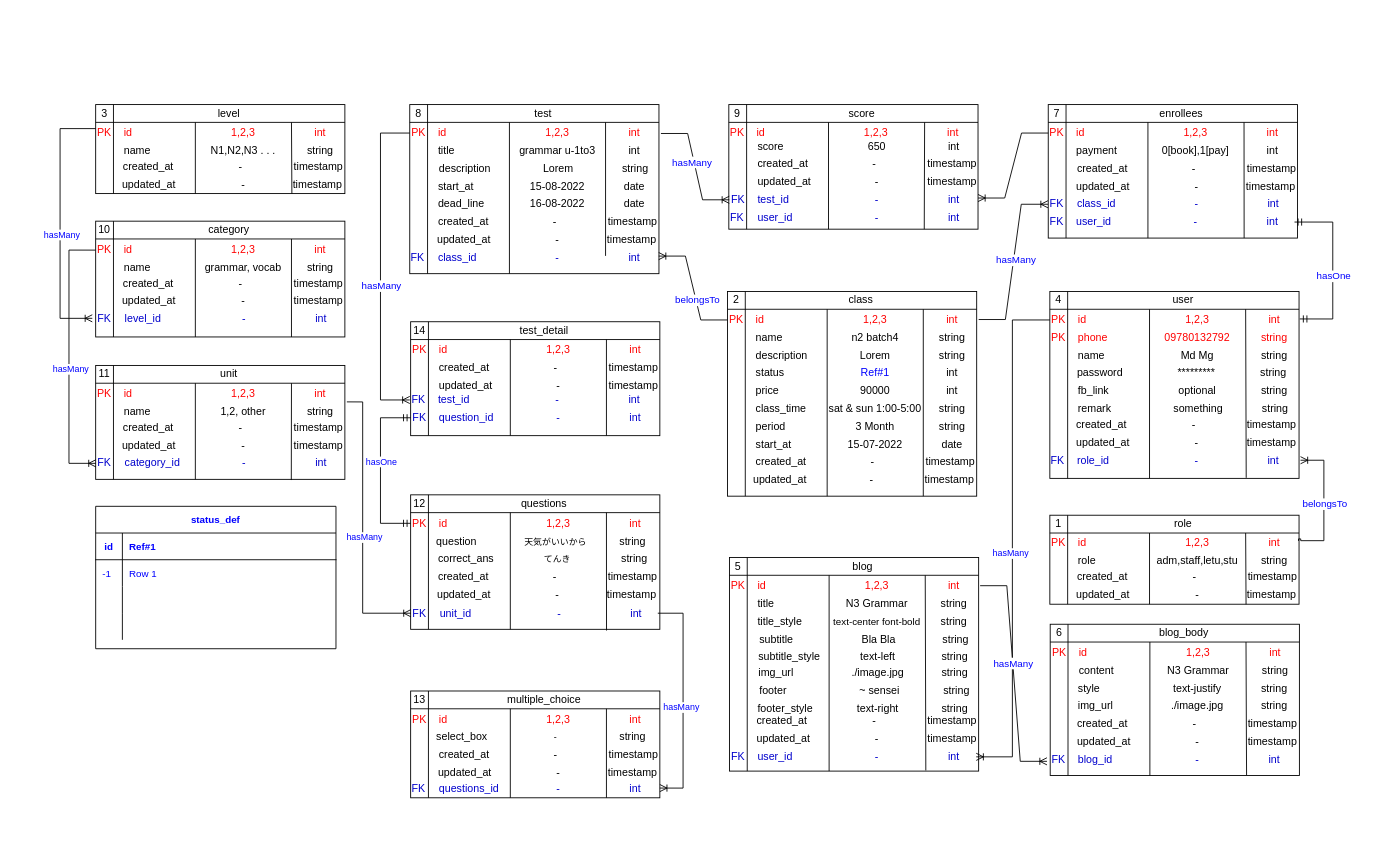
Earlier version of the draw.io diagram language_center.drawio (arkarMannAung/app.diagrams.net). Source tidied: cells renumbered, new cells numbered last; positions are measured from the earlier drawing's top-left corner, leaving out a move shared by most shapes. Both pictures are drawn from the tidied source at 89%, with x=0, y=0 at pixel (60, 104).
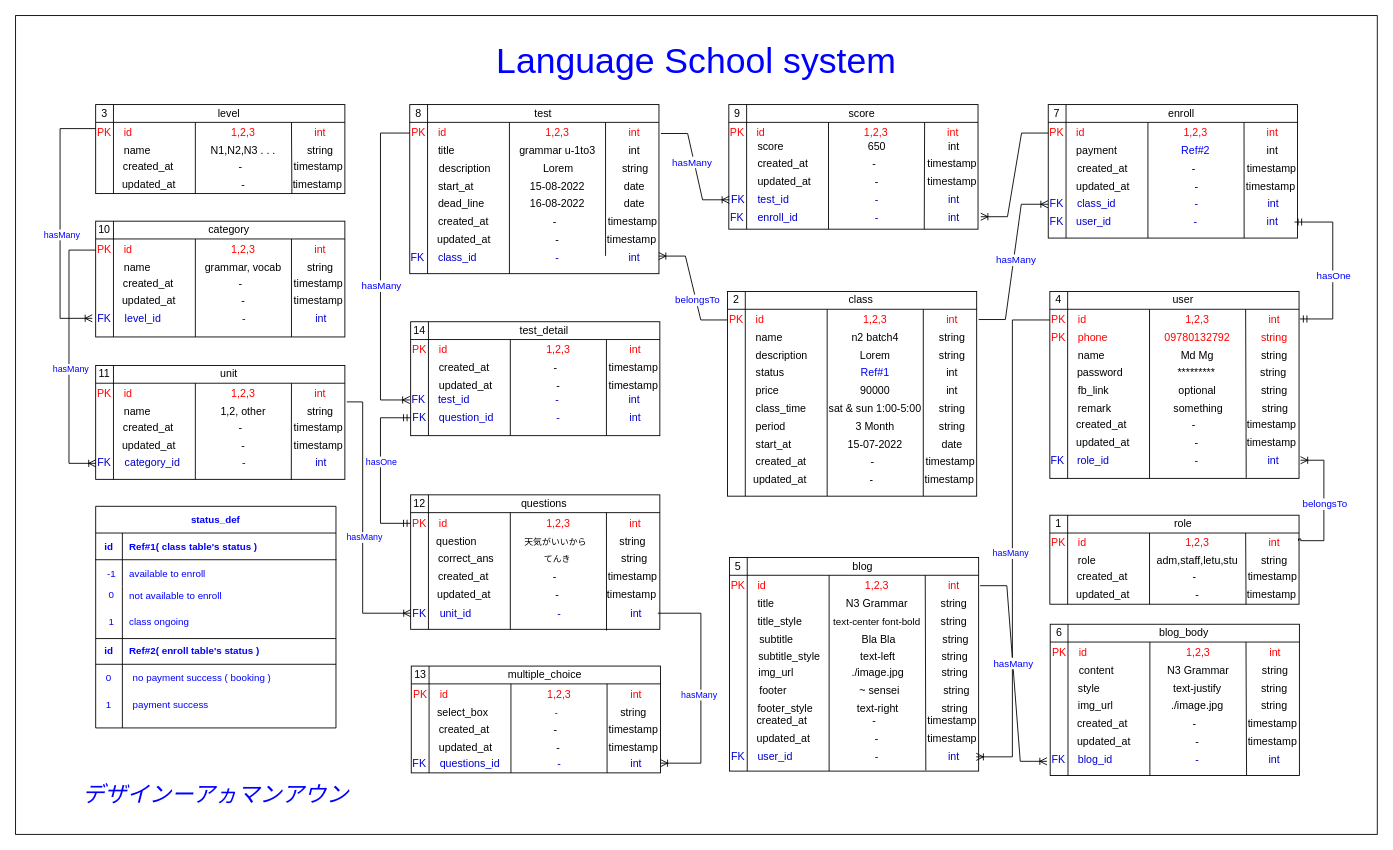
The same diagram, later.

Unchanged cells that the change refers to:
```xml
<mxCell id="43" value="PK" style="text;html=1;strokeColor=none;fillColor=none;align=center;verticalAlign=middle;whiteSpace=wrap;rounded=0;fontColor=#FF0000;" parent="1" vertex="1">
  <mxGeometry x="1110.3" y="22" width="20" height="20" as="geometry" />
</mxCell>
<mxCell id="156" style="shape=internalStorage;whiteSpace=wrap;html=1;backgroundOutline=1;" parent="1" vertex="1">
  <mxGeometry x="751.4" width="280" height="140" as="geometry" />
</mxCell>
<mxCell id="235" value="int" style="text;html=1;strokeColor=none;fillColor=none;align=center;verticalAlign=middle;whiteSpace=wrap;rounded=0;fontColor=#0000CC;" parent="1" vertex="1">
  <mxGeometry x="622.6" y="561.5" width="49" height="20" as="geometry" />
</mxCell>
<mxCell id="407" style="shape=tableRow;horizontal=0;startSize=0;swimlaneHead=0;swimlaneBody=0;fillColor=none;top=0;left=0;right=0;bottom=1;fontSize=11;fontColor=#0000FF;" parent="406" vertex="1">
  <mxGeometry y="30" width="270" height="30" as="geometry" />
</mxCell>
<mxCell id="410" style="shape=tableRow;horizontal=0;startSize=0;swimlaneHead=0;swimlaneBody=0;fillColor=none;top=0;left=0;right=0;bottom=0;fontSize=11;fontColor=#0000FF;" parent="406" vertex="1">
  <mxGeometry y="60" width="270" height="30" as="geometry" />
</mxCell>
```

What changed in the source:
```diff
@@
+    <mxCell id="420" style="rounded=0;whiteSpace=wrap;html=1;fontSize=11;fontColor=#0000FF;" parent="1" vertex="1">
+      <mxGeometry x="-50" y="-100" width="1530" height="920" as="geometry" />
+    </mxCell>
@@
-    <mxCell id="42" value="enrollees" style="text;html=1;strokeColor=none;fillColor=none;align=center;verticalAlign=middle;whiteSpace=wrap;rounded=0;" parent="1" vertex="1">
+    <mxCell id="42" value="enroll" style="text;html=1;strokeColor=none;fillColor=none;align=center;verticalAlign=middle;whiteSpace=wrap;rounded=0;" parent="1" vertex="1">
       <mxGeometry x="1130.3" width="260" height="20" as="geometry" />
     </mxCell>
@@
-    <mxCell id="48" value="0[book],1[pay]" style="text;html=1;strokeColor=none;fillColor=none;align=center;verticalAlign=middle;whiteSpace=wrap;rounded=0;fontColor=#000000;" parent="1" vertex="1">
+    <mxCell id="48" value="&lt;font color=&quot;#0000FF&quot;&gt;Ref#2&lt;/font&gt;" style="text;html=1;strokeColor=none;fillColor=none;align=center;verticalAlign=middle;whiteSpace=wrap;rounded=0;fontColor=#000000;" parent="1" vertex="1">
       <mxGeometry x="1226.3" y="42" width="100" height="20" as="geometry" />
     </mxCell>
@@
-    <mxCell id="178" value="user_id" style="text;html=1;strokeColor=none;fillColor=none;align=left;verticalAlign=middle;whiteSpace=wrap;rounded=0;fontColor=#0000CC;" parent="1" vertex="1">
+    <mxCell id="178" value="enroll_id" style="text;html=1;strokeColor=none;fillColor=none;align=left;verticalAlign=middle;whiteSpace=wrap;rounded=0;fontColor=#0000CC;" parent="1" vertex="1">
       <mxGeometry x="781.9" y="117" width="90" height="20" as="geometry" />
     </mxCell>
@@
-    <mxCell id="184" style="edgeStyle=entityRelationEdgeStyle;fontSize=12;html=1;endArrow=ERoneToMany;rounded=0;fontColor=#0000FF;exitX=0;exitY=0.5;exitDx=0;exitDy=0;entryX=1;entryY=0.75;entryDx=0;entryDy=0;" parent="1" edge="1" source="43" target="156">
+    <mxCell id="184" style="edgeStyle=entityRelationEdgeStyle;fontSize=12;html=1;endArrow=ERoneToMany;rounded=0;fontColor=#0000FF;exitX=0;exitY=0.5;exitDx=0;exitDy=0;entryX=1.011;entryY=0.9;entryDx=0;entryDy=0;entryPerimeter=0;" parent="1" edge="1" source="43" target="156">
       <mxGeometry relative="1" as="geometry" />
     </mxCell>
@@
     <mxCell id="246" style="shape=internalStorage;whiteSpace=wrap;html=1;backgroundOutline=1;" parent="1" vertex="1">
-      <mxGeometry x="393.9" y="658.9" width="280" height="120" as="geometry" />
+      <mxGeometry x="394.6" y="630.9" width="280" height="120" as="geometry" />
     </mxCell>
     <mxCell id="247" value="13" style="text;html=1;strokeColor=none;fillColor=none;align=center;verticalAlign=middle;whiteSpace=wrap;rounded=0;" parent="1" vertex="1">
-      <mxGeometry x="393.9" y="658.9" width="20" height="20" as="geometry" />
+      <mxGeometry x="394.6" y="630.9" width="20" height="20" as="geometry" />
     </mxCell>
     <mxCell id="248" value="multiple_choice" style="text;html=1;strokeColor=none;fillColor=none;align=center;verticalAlign=middle;whiteSpace=wrap;rounded=0;" parent="1" vertex="1">
-      <mxGeometry x="413.9" y="658.9" width="260" height="20" as="geometry" />
+      <mxGeometry x="414.6" y="630.9" width="260" height="20" as="geometry" />
     </mxCell>
     <mxCell id="249" value="PK" style="text;html=1;strokeColor=none;fillColor=none;align=center;verticalAlign=middle;whiteSpace=wrap;rounded=0;fontColor=#FF0000;" parent="1" vertex="1">
-      <mxGeometry x="393.9" y="680.9" width="20" height="20" as="geometry" />
+      <mxGeometry x="394.6" y="652.9" width="20" height="20" as="geometry" />
     </mxCell>
     <mxCell id="250" value="id" style="text;html=1;strokeColor=none;fillColor=none;align=left;verticalAlign=middle;whiteSpace=wrap;rounded=0;fontColor=#FF0000;" parent="1" vertex="1">
-      <mxGeometry x="423.9" y="680.9" width="90" height="20" as="geometry" />
+      <mxGeometry x="424.6" y="652.9" width="90" height="20" as="geometry" />
     </mxCell>
     <mxCell id="251" value="1,2,3" style="text;html=1;strokeColor=none;fillColor=none;align=center;verticalAlign=middle;whiteSpace=wrap;rounded=0;fontColor=#FF0000;" parent="1" vertex="1">
-      <mxGeometry x="509.9" y="680.9" width="100" height="20" as="geometry" />
+      <mxGeometry x="510.6" y="652.9" width="100" height="20" as="geometry" />
     </mxCell>
     <mxCell id="252" style="endArrow=none;html=1;rounded=0;fontColor=#3333FF;" parent="1" edge="1">
       <mxGeometry relative="1" as="geometry">
-        <mxPoint x="613.9" y="778.9" as="sourcePoint" />
-        <mxPoint x="613.9" y="678.9" as="targetPoint" />
+        <mxPoint x="614.6" y="750.9" as="sourcePoint" />
+        <mxPoint x="614.6" y="650.9" as="targetPoint" />
       </mxGeometry>
     </mxCell>
     <mxCell id="253" value="int" style="text;html=1;strokeColor=none;fillColor=none;align=center;verticalAlign=middle;whiteSpace=wrap;rounded=0;fontColor=#FF0000;" parent="1" vertex="1">
-      <mxGeometry x="621.9" y="680.9" width="49" height="20" as="geometry" />
+      <mxGeometry x="622.6" y="652.9" width="49" height="20" as="geometry" />
     </mxCell>
     <mxCell id="254" style="endArrow=none;html=1;rounded=0;fontColor=#3333FF;exitX=0.4;exitY=1;exitDx=0;exitDy=0;exitPerimeter=0;" parent="1" edge="1" source="246">
       <mxGeometry relative="1" as="geometry">
-        <mxPoint x="505.9" y="678.9" as="targetPoint" />
+        <mxPoint x="506.6" y="650.9" as="targetPoint" />
       </mxGeometry>
     </mxCell>
     <mxCell id="255" value="created_at" style="text;html=1;strokeColor=none;fillColor=none;align=left;verticalAlign=middle;whiteSpace=wrap;rounded=0;fontColor=#000000;" parent="1" vertex="1">
-      <mxGeometry x="423.6" y="720.9" width="90" height="20" as="geometry" />
+      <mxGeometry x="424.4" y="692.9" width="90" height="20" as="geometry" />
     </mxCell>
     <mxCell id="256" value="-" style="text;html=1;strokeColor=none;fillColor=none;align=center;verticalAlign=middle;whiteSpace=wrap;rounded=0;fontColor=#000000;" parent="1" vertex="1">
-      <mxGeometry x="496.6" y="720.9" width="120" height="20" as="geometry" />
+      <mxGeometry x="497.4" y="692.9" width="120" height="20" as="geometry" />
     </mxCell>
     <mxCell id="257" value="timestamp" style="text;html=1;strokeColor=none;fillColor=none;align=center;verticalAlign=middle;whiteSpace=wrap;rounded=0;fontColor=#000000;" parent="1" vertex="1">
-      <mxGeometry x="619.6" y="720.9" width="49" height="20" as="geometry" />
+      <mxGeometry x="620.4" y="692.9" width="49" height="20" as="geometry" />
     </mxCell>
     <mxCell id="258" value="updated_at" style="text;html=1;strokeColor=none;fillColor=none;align=left;verticalAlign=middle;whiteSpace=wrap;rounded=0;fontColor=#000000;" parent="1" vertex="1">
-      <mxGeometry x="423.1" y="740.9" width="90" height="20" as="geometry" />
+      <mxGeometry x="423.9" y="712.9" width="90" height="20" as="geometry" />
     </mxCell>
     <mxCell id="259" value="-" style="text;html=1;strokeColor=none;fillColor=none;align=center;verticalAlign=middle;whiteSpace=wrap;rounded=0;fontColor=#000000;" parent="1" vertex="1">
-      <mxGeometry x="499.6" y="740.9" width="120" height="20" as="geometry" />
+      <mxGeometry x="500.4" y="712.9" width="120" height="20" as="geometry" />
     </mxCell>
     <mxCell id="260" value="timestamp" style="text;html=1;strokeColor=none;fillColor=none;align=center;verticalAlign=middle;whiteSpace=wrap;rounded=0;fontColor=#000000;" parent="1" vertex="1">
-      <mxGeometry x="619.1" y="740.9" width="49" height="20" as="geometry" />
+      <mxGeometry x="619.9" y="712.9" width="49" height="20" as="geometry" />
     </mxCell>
     <mxCell id="261" value="questions_id" style="text;html=1;strokeColor=none;fillColor=none;align=left;verticalAlign=middle;whiteSpace=wrap;rounded=0;fontColor=#0000CC;" parent="1" vertex="1">
-      <mxGeometry x="423.9" y="758.9" width="90" height="20" as="geometry" />
+      <mxGeometry x="424.6" y="730.9" width="90" height="20" as="geometry" />
     </mxCell>
     <mxCell id="262" value="-" style="text;html=1;strokeColor=none;fillColor=none;align=center;verticalAlign=middle;whiteSpace=wrap;rounded=0;fontColor=#0000CC;" parent="1" vertex="1">
-      <mxGeometry x="509.9" y="758.9" width="100" height="20" as="geometry" />
+      <mxGeometry x="510.6" y="730.9" width="100" height="20" as="geometry" />
     </mxCell>
     <mxCell id="263" value="int" style="text;html=1;strokeColor=none;fillColor=none;align=center;verticalAlign=middle;whiteSpace=wrap;rounded=0;fontColor=#0000CC;" parent="1" vertex="1">
-      <mxGeometry x="621.9" y="758.9" width="49" height="20" as="geometry" />
+      <mxGeometry x="622.6" y="730.9" width="49" height="20" as="geometry" />
     </mxCell>
     <mxCell id="264" value="FK" style="text;html=1;strokeColor=none;fillColor=none;align=center;verticalAlign=middle;whiteSpace=wrap;rounded=0;fontColor=#0000CC;" parent="1" vertex="1">
-      <mxGeometry x="393.4" y="758.9" width="20" height="20" as="geometry" />
+      <mxGeometry x="394.1" y="730.9" width="20" height="20" as="geometry" />
     </mxCell>
     <mxCell id="265" value="select_box" style="text;html=1;strokeColor=none;fillColor=none;align=left;verticalAlign=middle;whiteSpace=wrap;rounded=0;fontColor=#000000;" parent="1" vertex="1">
-      <mxGeometry x="421.1" y="700.9" width="90" height="20" as="geometry" />
+      <mxGeometry x="421.9" y="672.9" width="90" height="20" as="geometry" />
     </mxCell>
     <mxCell id="266" value="-" style="text;html=1;strokeColor=none;fillColor=none;align=center;verticalAlign=middle;whiteSpace=wrap;rounded=0;fontColor=#000000;fontSize=10;" parent="1" vertex="1">
-      <mxGeometry x="507.1" y="700.9" width="100" height="20" as="geometry" />
+      <mxGeometry x="507.9" y="672.9" width="100" height="20" as="geometry" />
     </mxCell>
     <mxCell id="267" value="string" style="text;html=1;strokeColor=none;fillColor=none;align=center;verticalAlign=middle;whiteSpace=wrap;rounded=0;fontColor=#000000;" parent="1" vertex="1">
-      <mxGeometry x="619.1" y="700.9" width="49" height="20" as="geometry" />
+      <mxGeometry x="619.9" y="672.9" width="49" height="20" as="geometry" />
     </mxCell>
     <mxCell id="268" style="edgeStyle=orthogonalEdgeStyle;fontSize=12;html=1;endArrow=ERoneToMany;rounded=0;fontColor=#0000FF;exitX=1;exitY=0.5;exitDx=0;exitDy=0;entryX=1;entryY=0.909;entryDx=0;entryDy=0;entryPerimeter=0;" parent="1" edge="1" source="235" target="246">
       <mxGeometry relative="1" as="geometry">
         <Array as="points">
-          <mxPoint x="700" y="572" />
-          <mxPoint x="700" y="768" />
+          <mxPoint x="720" y="572" />
+          <mxPoint x="720" y="740" />
         </Array>
       </mxGeometry>
     </mxCell>
@@
-    <mxCell id="405" value="&amp;nbsp;" style="text;whiteSpace=wrap;html=1;fontSize=11;fontColor=#0000FF;" parent="1" vertex="1">
-      <mxGeometry x="1250" y="690" width="30" height="30" as="geometry" />
-    </mxCell>
     <mxCell id="406" value="status_def" style="shape=table;startSize=30;childLayout=tableLayout;rowLines=0;fontStyle=1;align=center;fontSize=11;fontColor=#0000FF;" parent="1" vertex="1">
-      <mxGeometry x="40" y="451.4" width="270" height="160" as="geometry" />
+      <mxGeometry x="40" y="451.4" width="270" height="249" as="geometry" />
     </mxCell>
@@
-    <mxCell id="409" value="Ref#1" style="shape=partialRectangle;fillColor=none;top=0;left=0;bottom=0;right=0;align=left;spacingLeft=6;fontStyle=1;overflow=hidden;fontSize=11;fontColor=#0000FF;" parent="407" vertex="1">
+    <mxCell id="409" value="Ref#1( class table's status )" style="shape=partialRectangle;fillColor=none;top=0;left=0;bottom=0;right=0;align=left;spacingLeft=6;fontStyle=1;overflow=hidden;fontSize=11;fontColor=#0000FF;" parent="407" vertex="1">
       <mxGeometry x="30" width="240" height="30" as="geometry" />
     </mxCell>
@@
-    <mxCell id="412" value="Row 1" style="shape=partialRectangle;fillColor=none;top=0;left=0;bottom=0;right=0;align=left;spacingLeft=6;overflow=hidden;fontSize=11;fontColor=#0000FF;" parent="410" vertex="1">
+    <mxCell id="412" value="available to enroll" style="shape=partialRectangle;fillColor=none;top=0;left=0;bottom=0;right=0;align=left;spacingLeft=6;overflow=hidden;fontSize=11;fontColor=#0000FF;" parent="410" vertex="1">
       <mxGeometry x="30" width="240" height="30" as="geometry" />
     </mxCell>
     <mxCell id="413" style="shape=tableRow;horizontal=0;startSize=0;swimlaneHead=0;swimlaneBody=0;fillColor=none;top=0;left=0;right=0;bottom=0;fontSize=11;fontColor=#0000FF;" parent="406" vertex="1">
-      <mxGeometry y="90" width="270" height="30" as="geometry" />
+      <mxGeometry y="90" width="270" height="159" as="geometry" />
     </mxCell>
     <mxCell id="414" style="shape=partialRectangle;fillColor=none;top=0;left=0;bottom=0;right=0;overflow=hidden;fontSize=11;fontColor=#0000FF;" parent="413" vertex="1">
-      <mxGeometry width="30" height="30" as="geometry" />
+      <mxGeometry width="30" height="159" as="geometry" />
     </mxCell>
     <mxCell id="415" style="shape=partialRectangle;fillColor=none;top=0;left=0;bottom=0;right=0;align=left;spacingLeft=6;overflow=hidden;fontSize=11;fontColor=#0000FF;" parent="413" vertex="1">
-      <mxGeometry x="30" width="240" height="30" as="geometry" />
+      <mxGeometry x="30" width="240" height="159" as="geometry" />
     </mxCell>
-    <mxCell id="416" style="shape=tableRow;horizontal=0;startSize=0;swimlaneHead=0;swimlaneBody=0;fillColor=none;top=0;left=0;right=0;bottom=0;fontSize=11;fontColor=#0000FF;" parent="406" vertex="1">
-      <mxGeometry y="120" width="270" height="30" as="geometry" />
-    </mxCell>
-    <mxCell id="417" style="shape=partialRectangle;fillColor=none;top=0;left=0;bottom=0;right=0;overflow=hidden;fontSize=11;fontColor=#0000FF;" parent="416" vertex="1">
-      <mxGeometry width="30" height="30" as="geometry" />
-    </mxCell>
-    <mxCell id="418" style="shape=partialRectangle;fillColor=none;top=0;left=0;bottom=0;right=0;align=left;spacingLeft=6;overflow=hidden;fontSize=11;fontColor=#0000FF;" parent="416" vertex="1">
-      <mxGeometry x="30" width="240" height="30" as="geometry" />
-    </mxCell>
+    <mxCell id="405" value="&amp;nbsp;" style="text;whiteSpace=wrap;html=1;fontSize=11;fontColor=#0000FF;" parent="1" vertex="1">
+      <mxGeometry x="1250" y="690" width="30" height="30" as="geometry" />
+    </mxCell>
-    <mxCell id="419" value="-1" style="shape=partialRectangle;fillColor=none;top=0;left=0;bottom=0;right=0;align=left;spacingLeft=6;overflow=hidden;fontSize=11;fontColor=#0000FF;" parent="1" vertex="1">
+    <mxCell id="419" value="-1" style="shape=partialRectangle;fillColor=none;top=0;left=0;bottom=0;right=0;align=center;spacingLeft=6;overflow=hidden;fontSize=11;fontColor=#0000FF;" parent="1" vertex="1">
       <mxGeometry x="40" y="511.4" width="30" height="30" as="geometry" />
     </mxCell>
+    <mxCell id="421" value="not available to enroll" style="shape=partialRectangle;fillColor=none;top=0;left=0;bottom=0;right=0;align=left;spacingLeft=6;overflow=hidden;fontSize=11;fontColor=#0000FF;" parent="1" vertex="1">
+      <mxGeometry x="70" y="536.4" width="251.9" height="30" as="geometry" />
+    </mxCell>
+    <mxCell id="422" value="0" style="shape=partialRectangle;fillColor=none;top=0;left=0;bottom=0;right=0;align=center;spacingLeft=6;overflow=hidden;fontSize=11;fontColor=#0000FF;" parent="1" vertex="1">
+      <mxGeometry x="40" y="540.5" width="30" height="19.5" as="geometry" />
+    </mxCell>
+    <mxCell id="423" value="class ongoing" style="shape=partialRectangle;fillColor=none;top=0;left=0;bottom=0;right=0;align=left;spacingLeft=6;overflow=hidden;fontSize=11;fontColor=#0000FF;" parent="1" vertex="1">
+      <mxGeometry x="70" y="565.9" width="240.2" height="30" as="geometry" />
+    </mxCell>
+    <mxCell id="424" value="1" style="shape=partialRectangle;fillColor=none;top=0;left=0;bottom=0;right=0;align=center;spacingLeft=6;overflow=hidden;fontSize=11;fontColor=#0000FF;" parent="1" vertex="1">
+      <mxGeometry x="40.2" y="565.9" width="29.8" height="30" as="geometry" />
+    </mxCell>
+    <mxCell id="425" style="endArrow=none;html=1;rounded=0;fontSize=11;fontColor=#0000FF;" parent="1" edge="1">
+      <mxGeometry relative="1" as="geometry">
+        <mxPoint x="40" y="600" as="sourcePoint" />
+        <mxPoint x="310" y="600" as="targetPoint" />
+      </mxGeometry>
+    </mxCell>
+    <mxCell id="426" style="endArrow=none;html=1;rounded=0;fontSize=11;fontColor=#0000FF;" parent="1" edge="1">
+      <mxGeometry relative="1" as="geometry">
+        <mxPoint x="40" y="628.9" as="sourcePoint" />
+        <mxPoint x="310" y="628.9" as="targetPoint" />
+      </mxGeometry>
+    </mxCell>
+    <mxCell id="427" value="id" style="shape=partialRectangle;fillColor=none;top=0;left=0;bottom=0;right=0;fontStyle=1;overflow=hidden;fontSize=11;fontColor=#0000FF;" parent="1" vertex="1">
+      <mxGeometry x="40" y="598.9" width="30" height="30" as="geometry" />
+    </mxCell>
+    <mxCell id="428" value="Ref#2( enroll table's status )" style="shape=partialRectangle;fillColor=none;top=0;left=0;bottom=0;right=0;align=left;spacingLeft=6;fontStyle=1;overflow=hidden;fontSize=11;fontColor=#0000FF;" parent="1" vertex="1">
+      <mxGeometry x="70" y="598.9" width="240" height="30" as="geometry" />
+    </mxCell>
+    <mxCell id="429" value="0" style="text;html=1;strokeColor=none;fillColor=none;align=center;verticalAlign=middle;whiteSpace=wrap;rounded=0;fontSize=11;fontColor=#0000FF;" parent="1" vertex="1">
+      <mxGeometry x="40" y="628.9" width="30" height="30" as="geometry" />
+    </mxCell>
+    <mxCell id="430" value="no payment success ( booking )" style="text;html=1;strokeColor=none;fillColor=none;align=left;verticalAlign=middle;whiteSpace=wrap;rounded=0;fontSize=11;fontColor=#0000FF;" parent="1" vertex="1">
+      <mxGeometry x="80" y="628.9" width="230" height="30" as="geometry" />
+    </mxCell>
+    <mxCell id="431" value="&amp;nbsp;" style="text;whiteSpace=wrap;html=1;fontSize=11;fontColor=#0000FF;" parent="1" vertex="1">
+      <mxGeometry x="990" y="300" width="30" height="30" as="geometry" />
+    </mxCell>
+    <mxCell id="432" value="1" style="text;html=1;strokeColor=none;fillColor=none;align=center;verticalAlign=middle;whiteSpace=wrap;rounded=0;fontSize=11;fontColor=#0000FF;" parent="1" vertex="1">
+      <mxGeometry x="40.2" y="660" width="30" height="30" as="geometry" />
+    </mxCell>
+    <mxCell id="433" value="payment success" style="text;html=1;strokeColor=none;fillColor=none;align=left;verticalAlign=middle;whiteSpace=wrap;rounded=0;fontSize=11;fontColor=#0000FF;" parent="1" vertex="1">
+      <mxGeometry x="80.2" y="660" width="230" height="30" as="geometry" />
+    </mxCell>
+    <mxCell id="434" value="&lt;font style=&quot;font-size: 40px&quot;&gt;Language School system&lt;br&gt;&lt;/font&gt;" style="text;html=1;strokeColor=none;fillColor=none;align=center;verticalAlign=middle;whiteSpace=wrap;rounded=0;fontSize=11;fontColor=#0000FF;" parent="1" vertex="1">
+      <mxGeometry x="-50" y="-80" width="1530" height="60" as="geometry" />
+    </mxCell>
+    <mxCell id="435" value="&lt;i&gt;&lt;font style=&quot;font-size: 25px&quot;&gt;デザインーアヵマンアウン&lt;/font&gt;&lt;/i&gt;" style="text;html=1;strokeColor=none;fillColor=none;align=center;verticalAlign=middle;whiteSpace=wrap;rounded=0;fontSize=40;fontColor=#0000FF;" parent="1" vertex="1">
+      <mxGeometry x="-20" y="753.9" width="390" height="30" as="geometry" />
+    </mxCell>
```
